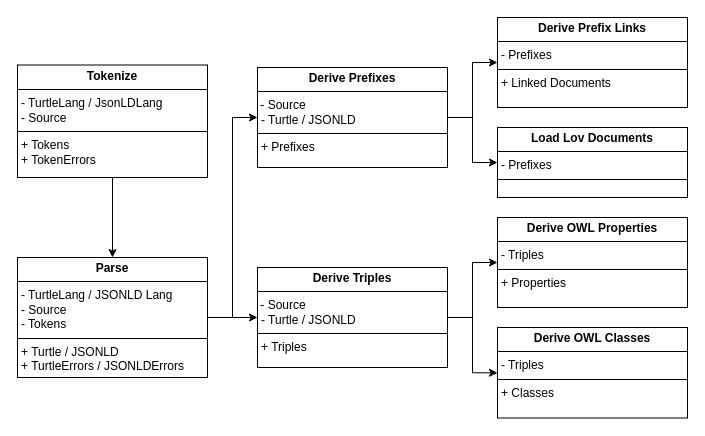
Earlier version of the draw.io diagram images/ParseSchedule.drawio (ajuvercr/semantic-lsp-eswc2025). Source tidied: cells renumbered, new cells numbered last; positions are measured from the earlier drawing's top-left corner, leaving out a move shared by most shapes. Both pictures are drawn from the tidied source at 100%, with x=0, y=0 at pixel (17, 17).
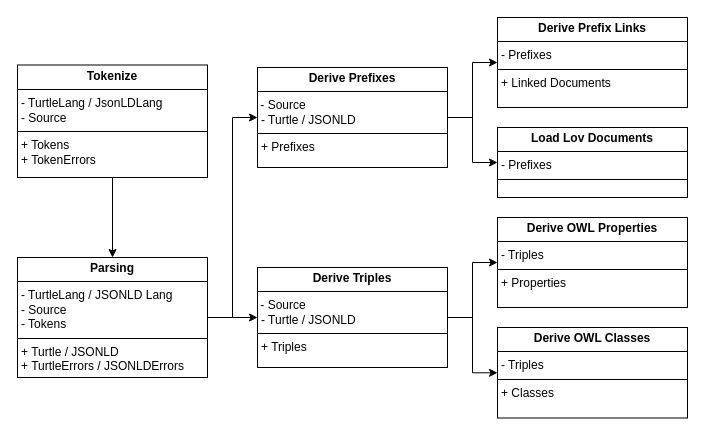
After the change.

Change to the diagram source:
```diff
@@
 <mxGraphModel>
   <root>
     <mxCell id="0" />
     <mxCell id="1" parent="0" />
     <mxCell id="2" style="edgeStyle=orthogonalEdgeStyle;rounded=0;jettySize=auto;html=1;" parent="1" edge="1" source="3" target="6">
       <mxGeometry relative="1" as="geometry" />
     </mxCell>
     <mxCell id="3" value="&lt;p style=&quot;margin:0px;margin-top:4px;text-align:center;&quot;&gt;&lt;b&gt;Tokenize&lt;/b&gt;&lt;/p&gt;&lt;hr size=&quot;1&quot; style=&quot;border-style:solid;&quot;&gt;&lt;p style=&quot;margin:0px;margin-left:4px;&quot;&gt;- TurtleLang / JsonLDLang&lt;br&gt;- Source&lt;/p&gt;&lt;hr size=&quot;1&quot; style=&quot;border-style:solid;&quot;&gt;&lt;p style=&quot;margin:0px;margin-left:4px;&quot;&gt;+ Tokens&lt;br&gt;&lt;/p&gt;&lt;p style=&quot;margin:0px;margin-left:4px;&quot;&gt;+ TokenErrors&lt;/p&gt;" style="verticalAlign=top;align=left;overflow=fill;html=1;whiteSpace=wrap;" parent="1" vertex="1">
       <mxGeometry y="47.5" width="190" height="112.5" as="geometry" />
     </mxCell>
     <mxCell id="4" style="edgeStyle=orthogonalEdgeStyle;rounded=0;jettySize=auto;html=1;" parent="1" edge="1" source="6" target="9">
       <mxGeometry relative="1" as="geometry" />
     </mxCell>
     <mxCell id="5" style="edgeStyle=orthogonalEdgeStyle;rounded=0;jettySize=auto;html=1;entryX=0;entryY=0.5;entryDx=0;entryDy=0;" parent="1" edge="1" source="6" target="12">
       <mxGeometry relative="1" as="geometry" />
     </mxCell>
-    <mxCell id="6" value="&lt;p style=&quot;margin:0px;margin-top:4px;text-align:center;&quot;&gt;&lt;b&gt;Parse&lt;/b&gt;&lt;/p&gt;&lt;hr size=&quot;1&quot; style=&quot;border-style:solid;&quot;&gt;&lt;p style=&quot;margin:0px;margin-left:4px;&quot;&gt;- TurtleLang /&amp;nbsp;JSONLD Lang&lt;br&gt;- Source&lt;/p&gt;&lt;p style=&quot;margin:0px;margin-left:4px;&quot;&gt;- Tokens&lt;br&gt;&lt;/p&gt;&lt;hr size=&quot;1&quot; style=&quot;border-style:solid;&quot;&gt;&lt;p style=&quot;margin:0px;margin-left:4px;&quot;&gt;+ Turtle / JSONLD&lt;br&gt;&lt;/p&gt;&lt;p style=&quot;margin:0px;margin-left:4px;&quot;&gt;+ TurtleErrors / JSONLDErrors&lt;/p&gt;" style="verticalAlign=top;align=left;overflow=fill;html=1;whiteSpace=wrap;" parent="1" vertex="1">
+    <mxCell id="6" value="&lt;p style=&quot;margin:0px;margin-top:4px;text-align:center;&quot;&gt;&lt;b&gt;Parsing&lt;/b&gt;&lt;/p&gt;&lt;hr size=&quot;1&quot; style=&quot;border-style:solid;&quot;&gt;&lt;p style=&quot;margin:0px;margin-left:4px;&quot;&gt;- TurtleLang /&amp;nbsp;JSONLD Lang&lt;br&gt;- Source&lt;/p&gt;&lt;p style=&quot;margin:0px;margin-left:4px;&quot;&gt;- Tokens&lt;br&gt;&lt;/p&gt;&lt;hr size=&quot;1&quot; style=&quot;border-style:solid;&quot;&gt;&lt;p style=&quot;margin:0px;margin-left:4px;&quot;&gt;+ Turtle / JSONLD&lt;br&gt;&lt;/p&gt;&lt;p style=&quot;margin:0px;margin-left:4px;&quot;&gt;+ TurtleErrors / JSONLDErrors&lt;/p&gt;" style="verticalAlign=top;align=left;overflow=fill;html=1;whiteSpace=wrap;" parent="1" vertex="1">
       <mxGeometry y="240" width="190" height="120" as="geometry" />
     </mxCell>
     <mxCell id="7" style="edgeStyle=orthogonalEdgeStyle;rounded=0;jettySize=auto;html=1;" parent="1" edge="1" source="9" target="16">
       <mxGeometry relative="1" as="geometry" />
     </mxCell>
     <mxCell id="8" style="edgeStyle=orthogonalEdgeStyle;rounded=0;jettySize=auto;html=1;" parent="1" edge="1" source="9" target="15">
       <mxGeometry relative="1" as="geometry" />
     </mxCell>
     <mxCell id="9" value="&lt;p style=&quot;margin:0px;margin-top:4px;text-align:center;&quot;&gt;&lt;b&gt;Derive Triples&lt;br&gt;&lt;/b&gt;&lt;/p&gt;&lt;hr size=&quot;1&quot; style=&quot;border-style:solid;&quot;&gt;&amp;nbsp;- Source&lt;p style=&quot;margin:0px;margin-left:4px;&quot;&gt;- Turtle / JSONLD&lt;br&gt;&lt;/p&gt;&lt;hr size=&quot;1&quot; style=&quot;border-style:solid;&quot;&gt;&lt;p style=&quot;margin:0px;margin-left:4px;&quot;&gt;+ Triples&lt;br&gt;&lt;/p&gt;" style="verticalAlign=top;align=left;overflow=fill;html=1;whiteSpace=wrap;" parent="1" vertex="1">
       <mxGeometry x="240" y="250" width="190" height="100" as="geometry" />
     </mxCell>
     <mxCell id="10" style="edgeStyle=orthogonalEdgeStyle;rounded=0;jettySize=auto;html=1;" parent="1" edge="1" source="12" target="13">
       <mxGeometry relative="1" as="geometry" />
     </mxCell>
     <mxCell id="11" style="edgeStyle=orthogonalEdgeStyle;rounded=0;jettySize=auto;html=1;entryX=0;entryY=0.5;entryDx=0;entryDy=0;" parent="1" edge="1" source="12" target="14">
       <mxGeometry relative="1" as="geometry" />
     </mxCell>
     <mxCell id="12" value="&lt;p style=&quot;margin:0px;margin-top:4px;text-align:center;&quot;&gt;&lt;b&gt;Derive Prefixes&lt;br&gt;&lt;/b&gt;&lt;/p&gt;&lt;hr size=&quot;1&quot; style=&quot;border-style:solid;&quot;&gt;&amp;nbsp;- Source&lt;p style=&quot;margin:0px;margin-left:4px;&quot;&gt;- Turtle / JSONLD&lt;br&gt;&lt;/p&gt;&lt;hr size=&quot;1&quot; style=&quot;border-style:solid;&quot;&gt;&lt;p style=&quot;margin:0px;margin-left:4px;&quot;&gt;+ Prefixes&lt;br&gt;&lt;/p&gt;" style="verticalAlign=top;align=left;overflow=fill;html=1;whiteSpace=wrap;" parent="1" vertex="1">
       <mxGeometry x="240" y="50" width="190" height="100" as="geometry" />
     </mxCell>
     <mxCell id="13" value="&lt;p style=&quot;margin:0px;margin-top:4px;text-align:center;&quot;&gt;&lt;b&gt;Derive Prefix Links&lt;br&gt;&lt;/b&gt;&lt;/p&gt;&lt;hr size=&quot;1&quot; style=&quot;border-style:solid;&quot;&gt;&lt;p style=&quot;margin:0px;margin-left:4px;&quot;&gt;- Prefixes&lt;br&gt;&lt;/p&gt;&lt;hr size=&quot;1&quot; style=&quot;border-style:solid;&quot;&gt;&lt;p style=&quot;margin:0px;margin-left:4px;&quot;&gt;+ Linked Documents&lt;br&gt;&lt;/p&gt;" style="verticalAlign=top;align=left;overflow=fill;html=1;whiteSpace=wrap;" parent="1" vertex="1">
       <mxGeometry x="480" width="190" height="90" as="geometry" />
     </mxCell>
     <mxCell id="14" value="&lt;p style=&quot;margin:0px;margin-top:4px;text-align:center;&quot;&gt;&lt;b&gt;Load Lov Documents&lt;br&gt;&lt;/b&gt;&lt;/p&gt;&lt;hr size=&quot;1&quot; style=&quot;border-style:solid;&quot;&gt;&lt;p style=&quot;margin:0px;margin-left:4px;&quot;&gt;- Prefixes&lt;br&gt;&lt;/p&gt;&lt;hr size=&quot;1&quot; style=&quot;border-style:solid;&quot;&gt;" style="verticalAlign=top;align=left;overflow=fill;html=1;whiteSpace=wrap;" parent="1" vertex="1">
       <mxGeometry x="480" y="110" width="190" height="70" as="geometry" />
     </mxCell>
     <mxCell id="15" value="&lt;p style=&quot;margin:0px;margin-top:4px;text-align:center;&quot;&gt;&lt;b&gt;Derive OWL Classes&lt;br&gt;&lt;/b&gt;&lt;/p&gt;&lt;hr size=&quot;1&quot; style=&quot;border-style:solid;&quot;&gt;&lt;p style=&quot;margin:0px;margin-left:4px;&quot;&gt;- Triples&lt;br&gt;&lt;/p&gt;&lt;hr size=&quot;1&quot; style=&quot;border-style:solid;&quot;&gt;&lt;p style=&quot;margin:0px;margin-left:4px;&quot;&gt;+ Classes&lt;br&gt;&lt;/p&gt;" style="verticalAlign=top;align=left;overflow=fill;html=1;whiteSpace=wrap;" parent="1" vertex="1">
       <mxGeometry x="480" y="310" width="190" height="90.5" as="geometry" />
     </mxCell>
     <mxCell id="16" value="&lt;p style=&quot;margin:0px;margin-top:4px;text-align:center;&quot;&gt;&lt;b&gt;Derive OWL Properties&lt;br&gt;&lt;/b&gt;&lt;/p&gt;&lt;hr size=&quot;1&quot; style=&quot;border-style:solid;&quot;&gt;&lt;p style=&quot;margin:0px;margin-left:4px;&quot;&gt;- Triples&lt;br&gt;&lt;/p&gt;&lt;hr size=&quot;1&quot; style=&quot;border-style:solid;&quot;&gt;&lt;p style=&quot;margin:0px;margin-left:4px;&quot;&gt;+ Properties&lt;br&gt;&lt;/p&gt;" style="verticalAlign=top;align=left;overflow=fill;html=1;whiteSpace=wrap;" parent="1" vertex="1">
       <mxGeometry x="480" y="200" width="190" height="90" as="geometry" />
     </mxCell>
   </root>
 </mxGraphModel>
```
